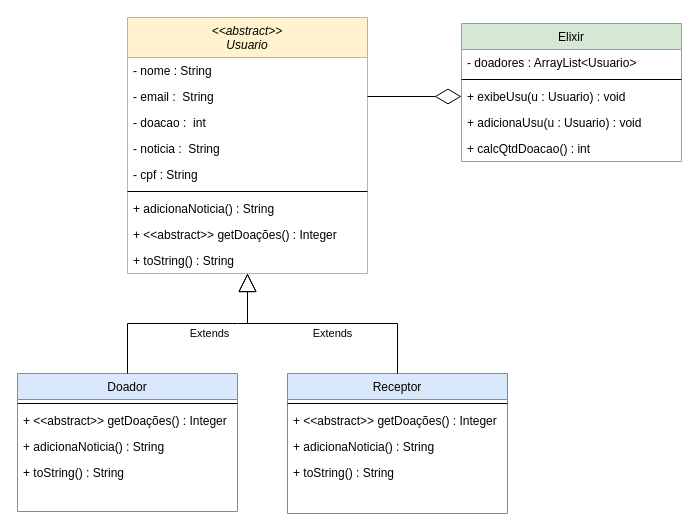
The draw.io diagram elixir.drawio in NetoOSantos/UML, before the edit. Source tidied: cells renumbered, new cells numbered last; positions are measured from the earlier drawing's top-left corner, leaving out a move shared by most shapes. Both pictures are drawn from the tidied source at 100%, with x=0, y=0 at pixel (17, 17).
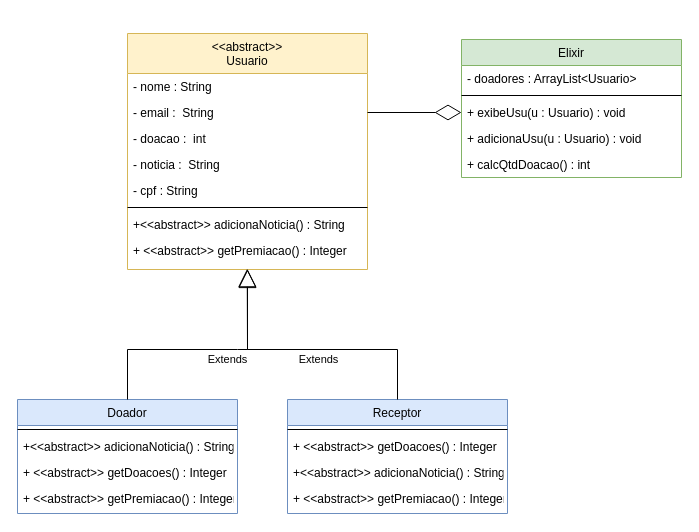
The same page after the edit.

The edit, as a diff of the source:
```diff
@@
     <mxCell id="2" value="Doador" style="swimlane;fontStyle=0;align=center;verticalAlign=top;horizontal=1;startSize=26;rounded=0;shadow=0;strokeWidth=1;fillColor=#dae8fc;strokeColor=#6c8ebf;" parent="1" vertex="1">
-      <mxGeometry y="356" width="220" height="138" as="geometry" />
+      <mxGeometry y="382" width="220" height="114" as="geometry" />
     </mxCell>
@@
+    <mxCell id="31" value="+&lt;&lt;abstract&gt;&gt; adicionaNoticia() : String" style="text;align=left;verticalAlign=top;spacingLeft=4;spacingRight=4;overflow=hidden;" parent="2" vertex="1">
+      <mxGeometry y="34" width="220" height="26" as="geometry" />
+    </mxCell>
-    <mxCell id="4" value="+ &lt;&lt;abstract&gt;&gt; getDoações() : Integer" style="text;align=left;verticalAlign=top;spacingLeft=4;spacingRight=4;overflow=hidden;" parent="2" vertex="1">
-      <mxGeometry y="34" width="220" height="26" as="geometry" />
+    <mxCell id="4" value="+ &lt;&lt;abstract&gt;&gt; getDoacoes() : Integer" style="text;align=left;verticalAlign=top;spacingLeft=4;spacingRight=4;overflow=hidden;" parent="2" vertex="1">
+      <mxGeometry y="60" width="220" height="26" as="geometry" />
     </mxCell>
-    <mxCell id="5" value="+ adicionaNoticia() : String" style="text;align=left;verticalAlign=top;spacingLeft=4;spacingRight=4;overflow=hidden;" parent="2" vertex="1">
-      <mxGeometry y="60" width="220" height="26" as="geometry" />
-    </mxCell>
-    <mxCell id="6" value="+ toString() : String" style="text;align=left;verticalAlign=top;spacingLeft=4;spacingRight=4;overflow=hidden;" parent="2" vertex="1">
-      <mxGeometry y="86" width="220" height="26" as="geometry" />
-    </mxCell>
+    <mxCell id="32" value="+ &lt;&lt;abstract&gt;&gt; getPremiacao() : Integer" style="text;align=left;verticalAlign=top;spacingLeft=4;spacingRight=4;overflow=hidden;" parent="2" vertex="1">
+      <mxGeometry y="86" width="220" height="26" as="geometry" />
+    </mxCell>
     <mxCell id="7" value="Elixir" style="swimlane;fontStyle=0;align=center;verticalAlign=top;horizontal=1;startSize=26;rounded=0;shadow=0;strokeWidth=1;fillColor=#d5e8d4;strokeColor=#82b366;" parent="1" vertex="1">
-      <mxGeometry x="444" y="6" width="220" height="138" as="geometry" />
+      <mxGeometry x="444" y="22" width="220" height="138" as="geometry" />
     </mxCell>
@@
-    <mxCell id="13" value="&lt;&lt;abstract&gt;&gt;&#10;Usuario" style="swimlane;fontStyle=2;align=center;verticalAlign=top;horizontal=1;startSize=40;rounded=0;shadow=0;strokeWidth=1;fillColor=#fff2cc;strokeColor=#d6b656;" parent="1" vertex="1">
-      <mxGeometry x="110" width="240" height="256" as="geometry" />
+    <mxCell id="13" value="&lt;&lt;abstract&gt;&gt;&#10;Usuario" style="swimlane;fontStyle=0;align=center;verticalAlign=top;horizontal=1;startSize=40;rounded=0;shadow=0;strokeWidth=1;fillColor=#fff2cc;strokeColor=#d6b656;" parent="1" vertex="1">
+      <mxGeometry x="110" y="16" width="240" height="236" as="geometry" />
     </mxCell>
@@
-    <mxCell id="20" value="+ adicionaNoticia() : String" style="text;align=left;verticalAlign=top;spacingLeft=4;spacingRight=4;overflow=hidden;" parent="13" vertex="1">
+    <mxCell id="20" value="+&lt;&lt;abstract&gt;&gt; adicionaNoticia() : String" style="text;align=left;verticalAlign=top;spacingLeft=4;spacingRight=4;overflow=hidden;" parent="13" vertex="1">
       <mxGeometry y="178" width="240" height="26" as="geometry" />
     </mxCell>
-    <mxCell id="21" value="+ &lt;&lt;abstract&gt;&gt; getDoações() : Integer" style="text;align=left;verticalAlign=top;spacingLeft=4;spacingRight=4;overflow=hidden;" parent="13" vertex="1">
-      <mxGeometry y="204" width="240" height="26" as="geometry" />
-    </mxCell>
-    <mxCell id="22" value="+ toString() : String" style="text;align=left;verticalAlign=top;spacingLeft=4;spacingRight=4;overflow=hidden;" parent="13" vertex="1">
-      <mxGeometry y="230" width="240" height="26" as="geometry" />
-    </mxCell>
+    <mxCell id="33" value="+ &lt;&lt;abstract&gt;&gt; getPremiacao() : Integer" style="text;align=left;verticalAlign=top;spacingLeft=4;spacingRight=4;overflow=hidden;points=[[0,0.5],[1,0.5]];portConstraint=eastwest;" parent="13" vertex="1">
+      <mxGeometry y="204" width="240" height="26" as="geometry" />
+    </mxCell>
@@
-    <mxCell id="24" value="Extends" style="endArrow=block;endSize=16;endFill=0;html=1;rounded=0;exitX=0.5;exitY=0;exitDx=0;exitDy=0;" parent="1" edge="1" source="2">
+    <mxCell id="24" value="Extends" style="endArrow=block;endSize=16;endFill=0;html=1;rounded=0;exitX=0.5;exitY=0;exitDx=0;exitDy=0;entryX=0.5;entryY=1;entryDx=0;entryDy=0;" parent="1" edge="1" source="2" target="13">
       <mxGeometry x="0.2" y="-10" relative="1" as="geometry">
-        <mxPoint x="230" y="256" as="targetPoint" />
         <Array as="points">
-          <mxPoint x="110" y="306" />
-          <mxPoint x="220" y="306" />
-          <mxPoint x="230" y="306" />
+          <mxPoint x="110" y="332" />
+          <mxPoint x="220" y="332" />
+          <mxPoint x="230" y="332" />
         </Array>
       </mxGeometry>
     </mxCell>
     <mxCell id="25" value="Receptor" style="swimlane;fontStyle=0;align=center;verticalAlign=top;horizontal=1;startSize=26;rounded=0;shadow=0;strokeWidth=1;fillColor=#dae8fc;strokeColor=#6c8ebf;" parent="1" vertex="1">
-      <mxGeometry x="270" y="356" width="220" height="140" as="geometry" />
+      <mxGeometry x="270" y="382" width="220" height="114" as="geometry" />
     </mxCell>
@@
-    <mxCell id="27" value="+ &lt;&lt;abstract&gt;&gt; getDoações() : Integer" style="text;align=left;verticalAlign=top;spacingLeft=4;spacingRight=4;overflow=hidden;" parent="25" vertex="1">
+    <mxCell id="27" value="+ &lt;&lt;abstract&gt;&gt; getDoacoes() : Integer" style="text;align=left;verticalAlign=top;spacingLeft=4;spacingRight=4;overflow=hidden;" parent="25" vertex="1">
       <mxGeometry y="34" width="220" height="26" as="geometry" />
     </mxCell>
-    <mxCell id="28" value="+ adicionaNoticia() : String" style="text;align=left;verticalAlign=top;spacingLeft=4;spacingRight=4;overflow=hidden;" parent="25" vertex="1">
-      <mxGeometry y="60" width="220" height="26" as="geometry" />
-    </mxCell>
-    <mxCell id="29" value="+ toString() : String" style="text;align=left;verticalAlign=top;spacingLeft=4;spacingRight=4;overflow=hidden;" parent="25" vertex="1">
-      <mxGeometry y="86" width="220" height="26" as="geometry" />
-    </mxCell>
+    <mxCell id="34" value="+&lt;&lt;abstract&gt;&gt; adicionaNoticia() : String" style="text;align=left;verticalAlign=top;spacingLeft=4;spacingRight=4;overflow=hidden;" parent="25" vertex="1">
+      <mxGeometry y="60" width="220" height="26" as="geometry" />
+    </mxCell>
+    <mxCell id="35" value="+ &lt;&lt;abstract&gt;&gt; getPremiacao() : Integer" style="text;align=left;verticalAlign=top;spacingLeft=4;spacingRight=4;overflow=hidden;" parent="25" vertex="1">
+      <mxGeometry y="86" width="220" height="26" as="geometry" />
+    </mxCell>
-    <mxCell id="30" value="Extends" style="endArrow=block;endSize=16;endFill=0;html=1;rounded=0;exitX=0.5;exitY=0;exitDx=0;exitDy=0;" parent="1" edge="1" source="25">
+    <mxCell id="30" value="Extends" style="endArrow=block;endSize=16;endFill=0;html=1;rounded=0;exitX=0.5;exitY=0;exitDx=0;exitDy=0;entryX=0.499;entryY=1.197;entryDx=0;entryDy=0;entryPerimeter=0;" parent="1" edge="1" source="25" target="33">
       <mxGeometry x="-0.08" y="10" relative="1" as="geometry">
-        <mxPoint x="230" y="256" as="targetPoint" />
         <Array as="points">
-          <mxPoint x="380" y="306" />
-          <mxPoint x="230" y="306" />
+          <mxPoint x="380" y="332" />
+          <mxPoint x="230" y="332" />
         </Array>
       </mxGeometry>
     </mxCell>
```
